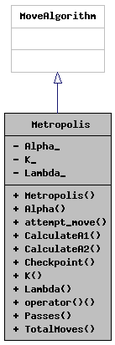
Before: class_metropolis__coll__graph.png, a diagram exported from Graphviz (acgetchell/CDT-plusplus). Its source is kept beside it as class_metropolis__coll__graph.dot.
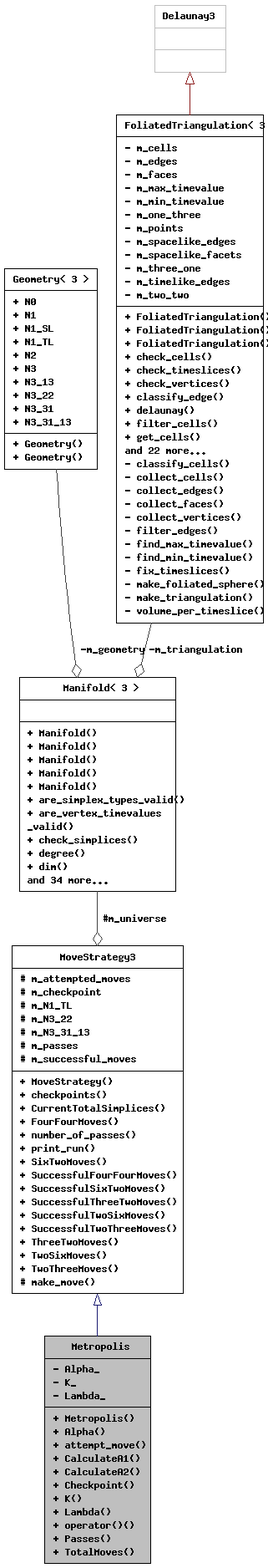
The same diagram one commit later.

The edit, as a diff of the source:
```diff
@@ -4,5 +4,13 @@
   node [fontname="Helvetica",fontsize="10",shape=record];
   Node1 [label="{Metropolis\n|- Alpha_\l- K_\l- Lambda_\l|+ Metropolis()\l+ Alpha()\l+ attempt_move()\l+ CalculateA1()\l+ CalculateA2()\l+ Checkpoint()\l+ K()\l+ Lambda()\l+ operator()()\l+ Passes()\l+ TotalMoves()\l}",height=0.2,width=0.4,color="black", fillcolor="grey75", style="filled", fontcolor="black",tooltip="Metropolis-Hastings algorithm function object."];
   Node2 -> Node1 [dir="back",color="midnightblue",fontsize="10",style="solid",arrowtail="onormal",fontname="Helvetica"];
-  Node2 [label="{MoveAlgorithm\n||}",height=0.2,width=0.4,color="grey75", fillcolor="white", style="filled",tooltip=" "];
+  Node2 [label="{MoveStrategy3\n|# m_attempted_moves\l# m_checkpoint\l# m_N1_TL\l# m_N3_22\l# m_N3_31_13\l# m_passes\l# m_successful_moves\l|+ MoveStrategy()\l+ checkpoints()\l+ CurrentTotalSimplices()\l+ FourFourMoves()\l+ number_of_passes()\l+ print_run()\l+ SixTwoMoves()\l+ SuccessfulFourFourMoves()\l+ SuccessfulSixTwoMoves()\l+ SuccessfulThreeTwoMoves()\l+ SuccessfulTwoSixMoves()\l+ SuccessfulTwoThreeMoves()\l+ ThreeTwoMoves()\l+ TwoSixMoves()\l+ TwoThreeMoves()\l# make_move()\l}",height=0.2,width=0.4,color="black", fillcolor="white", style="filled",URL="$class_move_strategy_3_013_01_4.html",tooltip=" "];
+  Node3 -> Node2 [color="grey25",fontsize="10",style="solid",label=" #m_universe" ,arrowhead="odiamond",fontname="Helvetica"];
+  Node3 [label="{Manifold\< 3 \>\n||+ Manifold()\l+ Manifold()\l+ Manifold()\l+ Manifold()\l+ Manifold()\l+ are_simplex_types_valid()\l+ are_vertex_timevalues\l_valid()\l+ check_simplices()\l+ degree()\l+ dim()\land 34 more...\l}",height=0.2,width=0.4,color="black", fillcolor="white", style="filled",URL="$class_manifold_3_013_01_4.html",tooltip="3D Manifold"];
+  Node4 -> Node3 [color="grey25",fontsize="10",style="solid",label=" -m_geometry" ,arrowhead="odiamond",fontname="Helvetica"];
+  Node4 [label="{Geometry\< 3 \>\n|+ N0\l+ N1\l+ N1_SL\l+ N1_TL\l+ N2\l+ N3\l+ N3_13\l+ N3_22\l+ N3_31\l+ N3_31_13\l|+ Geometry()\l+ Geometry()\l}",height=0.2,width=0.4,color="black", fillcolor="white", style="filled",URL="$struct_geometry_3_013_01_4.html",tooltip="3D Geometry"];
+  Node5 -> Node3 [color="grey25",fontsize="10",style="solid",label=" -m_triangulation" ,arrowhead="odiamond",fontname="Helvetica"];
+  Node5 [label="{FoliatedTriangulation\< 3 \>\n|- m_cells\l- m_edges\l- m_faces\l- m_max_timevalue\l- m_min_timevalue\l- m_one_three\l- m_points\l- m_spacelike_edges\l- m_spacelike_facets\l- m_three_one\l- m_timelike_edges\l- m_two_two\l|+ FoliatedTriangulation()\l+ FoliatedTriangulation()\l+ FoliatedTriangulation()\l+ check_cells()\l+ check_timeslices()\l+ check_vertices()\l+ classify_edge()\l+ delaunay()\l+ filter_cells()\l+ get_cells()\land 22 more...\l- classify_cells()\l- collect_cells()\l- collect_edges()\l- collect_faces()\l- collect_vertices()\l- filter_edges()\l- find_max_timevalue()\l- find_min_timevalue()\l- fix_timeslices()\l- make_foliated_sphere()\l- make_triangulation()\l- volume_per_timeslice()\l}",height=0.2,width=0.4,color="black", fillcolor="white", style="filled",URL="$class_foliated_triangulation_3_013_01_4.html",tooltip="3D Triangulation"];
+  Node6 -> Node5 [dir="back",color="firebrick4",fontsize="10",style="solid",arrowtail="onormal",fontname="Helvetica"];
+  Node6 [label="{Delaunay3\n||}",height=0.2,width=0.4,color="grey75", fillcolor="white", style="filled",tooltip=" "];
 }
```
